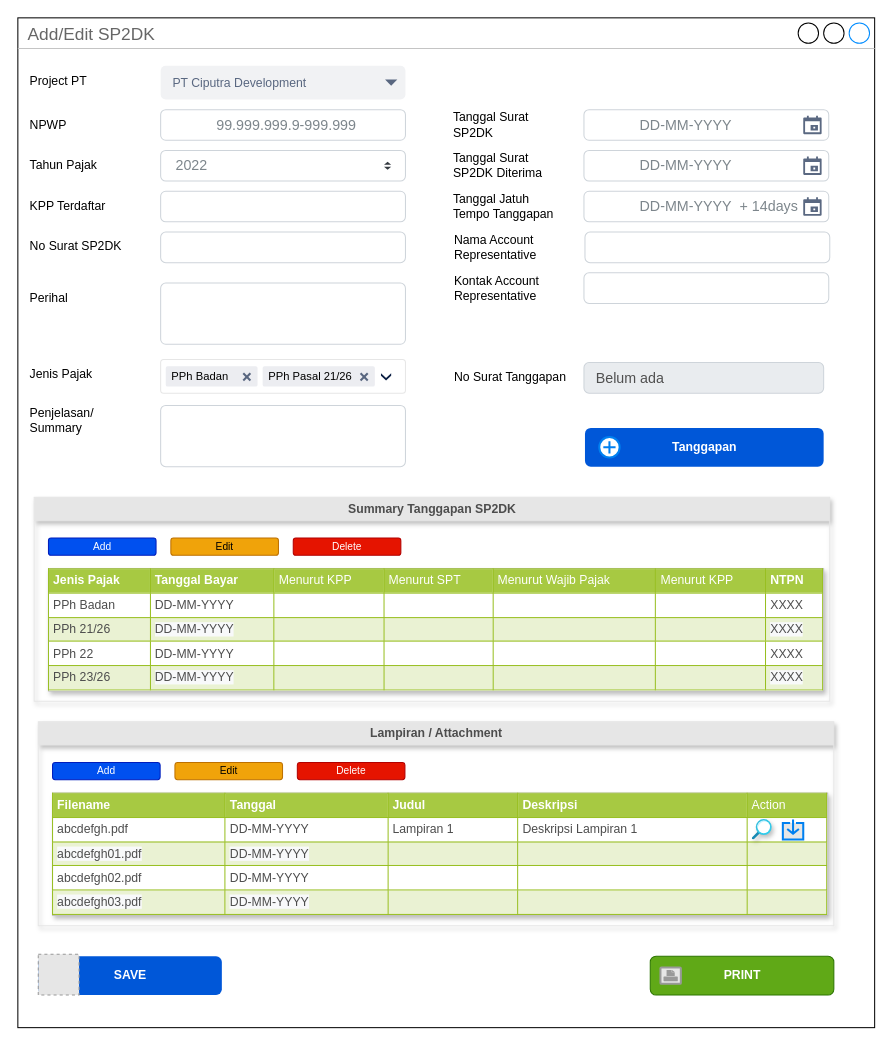
The draw.io diagram page "1.0 SP2DK_addnew" (4 of 22) of TAMS.drawio in prasetyodavid/TAMS, before the edit. Source tidied: cells renumbered, new cells numbered last; positions are measured from the earlier drawing's top-left corner, leaving out a move shared by most shapes. Both pictures are drawn from the tidied source at 102%, with x=0, y=0 at pixel (17, 17). Pictures stored in the file or linked from it are replaced by grey dashed boxes.
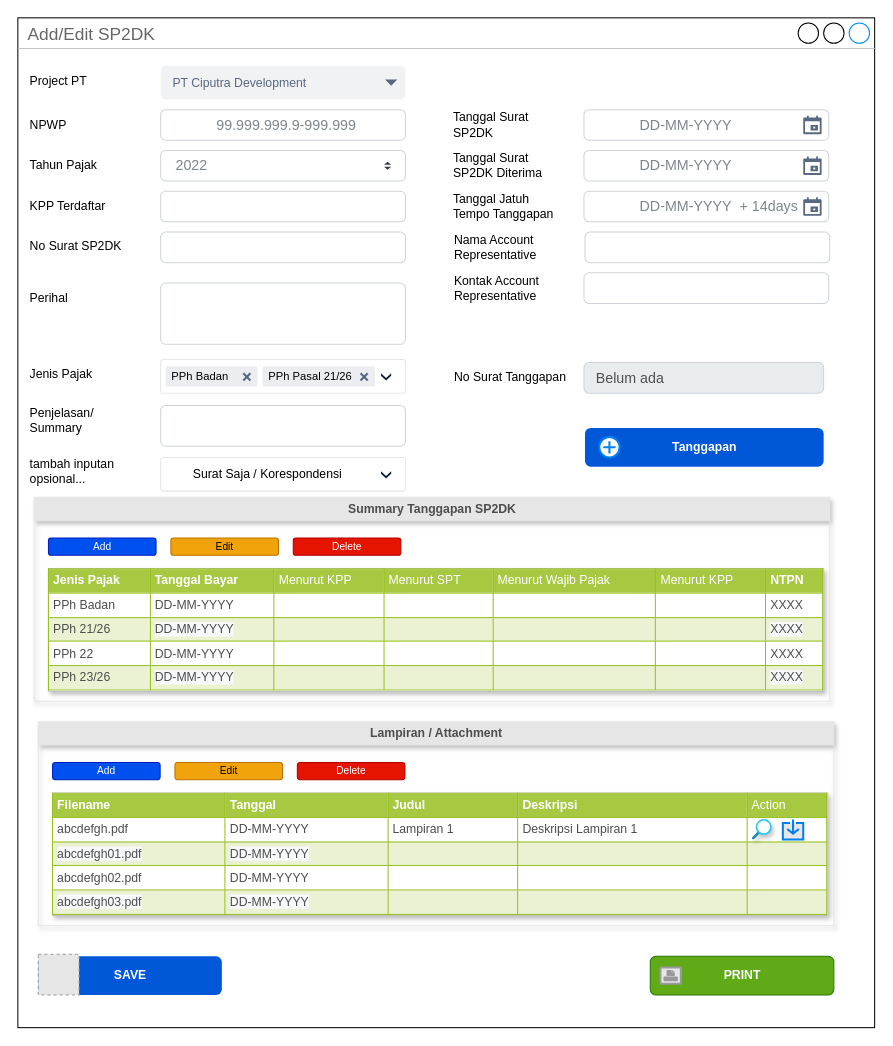
The same diagram, later.

The edit, as a diff of the source:
```diff
@@
     <mxCell id="42" style="html=1;shadow=0;dashed=0;shape=mxgraph.bootstrap.rrect;rSize=5;strokeColor=#CED4DA;html=1;whiteSpace=wrap;fillColor=#FFFFFF;fontColor=#7D868C;align=left;spacing=15;spacingLeft=40;fontSize=14;" parent="1" vertex="1">
-      <mxGeometry x="140" y="380" width="240" height="60" as="geometry" />
+      <mxGeometry x="140" y="380" width="240" height="40" as="geometry" />
     </mxCell>
@@
+    <mxCell id="67" value="tambah inputan opsional..." style="text;html=1;strokeColor=none;fillColor=none;align=left;verticalAlign=middle;whiteSpace=wrap;rounded=0;fontColor=default;" parent="1" vertex="1">
+      <mxGeometry x="10" y="430" width="90" height="30" as="geometry" />
+    </mxCell>
+    <mxCell id="68" value="Surat Saja / Korespondensi" style="rounded=1;arcSize=9;fillColor=#ffffff;strokeColor=#E6E6E6;strokeWidth=1;spacingLeft=30;fontColor=#000000;align=left;html=1;" parent="1" vertex="1">
+      <mxGeometry x="140" y="431" width="240" height="33" as="geometry" />
+    </mxCell>
+    <mxCell id="69" style="shape=step;whiteSpace=wrap;html=1;rounded=0;strokeColor=none;strokeWidth=2;fillColor=#0A1E43;gradientColor=none;fontFamily=Verdana;fontSize=14;fontColor=#000000;align=left;direction=south;size=0.65;" parent="68" vertex="1">
+      <mxGeometry x="1" y="0.5" width="10" height="7" relative="1" as="geometry">
+        <mxPoint x="-24" y="-3" as="offset" />
+      </mxGeometry>
+    </mxCell>
```
